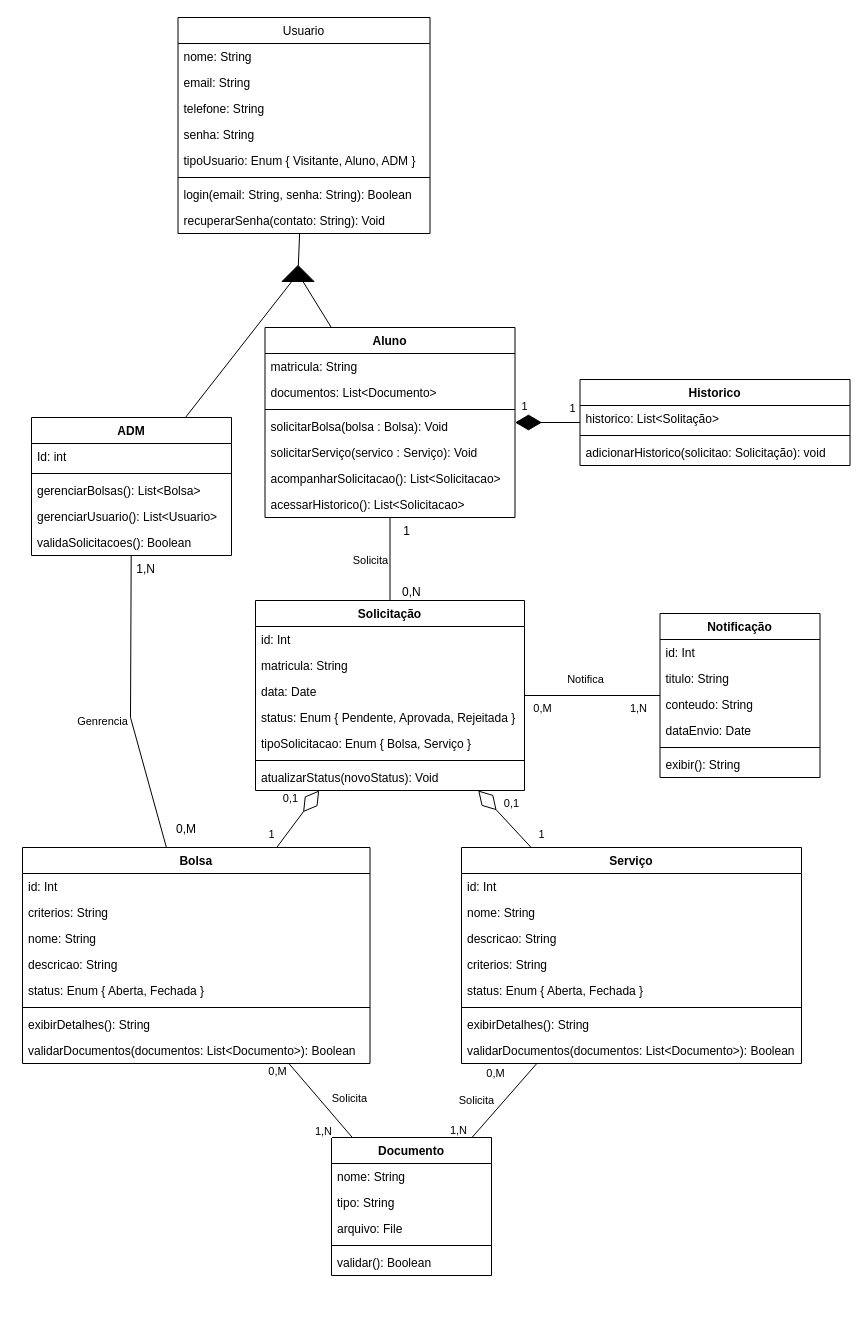
This is Eng de Software 1/Trabalho/diagrama_classe.drawio from MarcosWillianAP1K/Atividade_Faculdade, a draw.io file, before an edit. Source tidied: cells renumbered, new cells numbered last; positions are measured from the earlier drawing's top-left corner, leaving out a move shared by most shapes. Both pictures are drawn from the tidied source at 100%, with x=0, y=0 at pixel (22, 17).
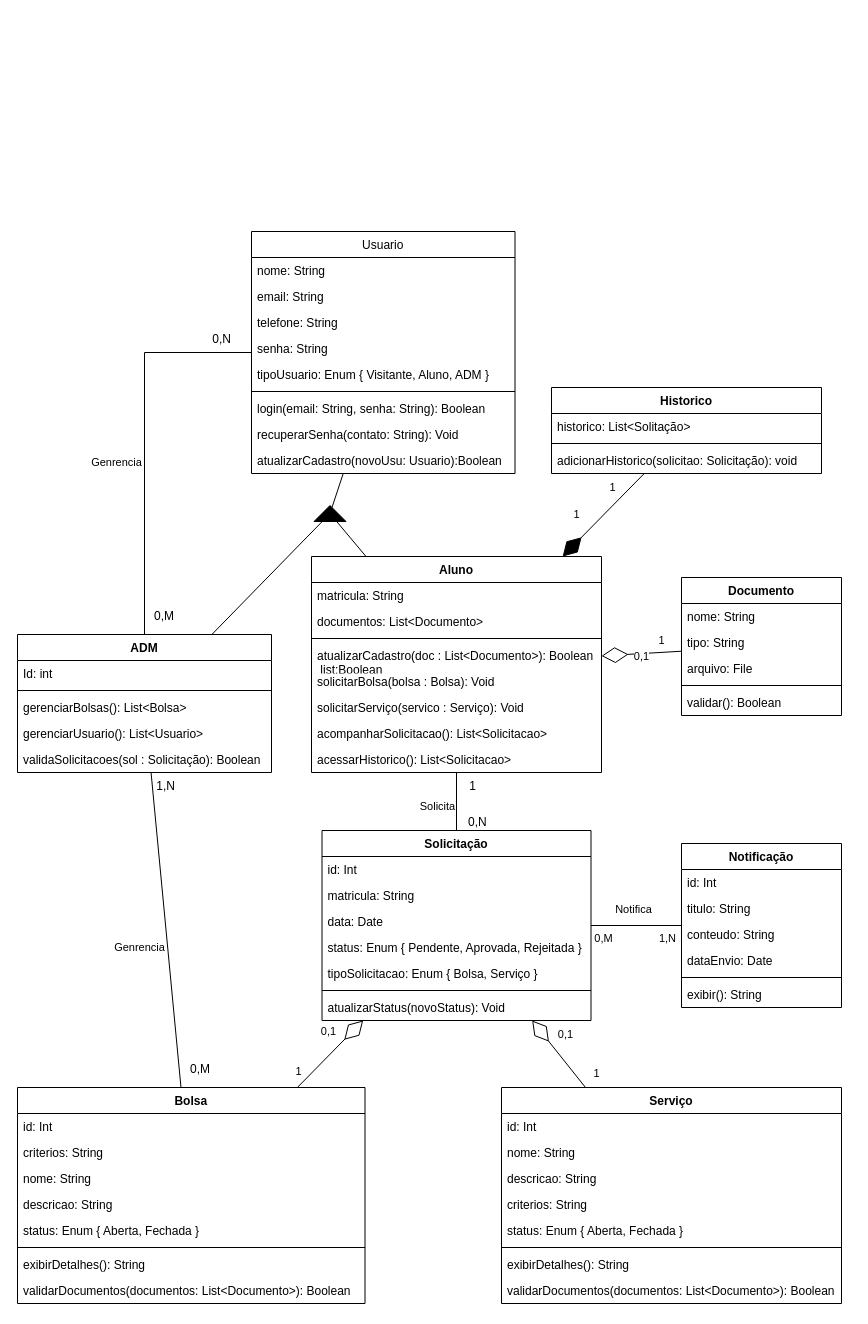
Above is the later version.

Commit message (it also covers changes not shown here):
Eng de software 1 modificando diagramas

The change refers to these unchanged cells:
```xml
<mxCell id="80" style="endArrow=diamondThin;endFill=1;endSize=24;html=1;" parent="1" edge="1" source="76" target="11">
  <mxGeometry relative="1" as="geometry" />
</mxCell>
```

Diff of the diagram source:
```diff
@@
     <mxCell id="2" value="Usuario" style="swimlane;fontStyle=0;horizontal=1;startSize=26;fillColor=none;" parent="1" vertex="1">
-      <mxGeometry x="155.5" width="252" height="216" as="geometry" />
+      <mxGeometry x="229" y="214" width="263.5" height="242" as="geometry" />
     </mxCell>
     <mxCell id="3" value="nome: String" style="text;strokeColor=none;fillColor=none;align=left;verticalAlign=top;spacingLeft=4;spacingRight=4;overflow=hidden;" parent="2" vertex="1">
-      <mxGeometry y="26" width="252" height="26" as="geometry" />
+      <mxGeometry y="26" width="263.5" height="26" as="geometry" />
     </mxCell>
     <mxCell id="4" value="email: String" style="text;strokeColor=none;fillColor=none;align=left;verticalAlign=top;spacingLeft=4;spacingRight=4;overflow=hidden;" parent="2" vertex="1">
-      <mxGeometry y="52" width="252" height="26" as="geometry" />
+      <mxGeometry y="52" width="263.5" height="26" as="geometry" />
     </mxCell>
     <mxCell id="5" value="telefone: String" style="text;strokeColor=none;fillColor=none;align=left;verticalAlign=top;spacingLeft=4;spacingRight=4;overflow=hidden;" parent="2" vertex="1">
-      <mxGeometry y="78" width="252" height="26" as="geometry" />
+      <mxGeometry y="78" width="263.5" height="26" as="geometry" />
     </mxCell>
     <mxCell id="6" value="senha: String" style="text;strokeColor=none;fillColor=none;align=left;verticalAlign=top;spacingLeft=4;spacingRight=4;overflow=hidden;" parent="2" vertex="1">
-      <mxGeometry y="104" width="252" height="26" as="geometry" />
+      <mxGeometry y="104" width="263.5" height="26" as="geometry" />
     </mxCell>
     <mxCell id="7" value="tipoUsuario: Enum { Visitante, Aluno, ADM }" style="text;strokeColor=none;fillColor=none;align=left;verticalAlign=top;spacingLeft=4;spacingRight=4;overflow=hidden;" parent="2" vertex="1">
-      <mxGeometry y="130" width="252" height="26" as="geometry" />
+      <mxGeometry y="130" width="263.5" height="26" as="geometry" />
     </mxCell>
     <mxCell id="8" style="line;strokeWidth=1;fillColor=none;align=left;verticalAlign=middle;spacingTop=-1;spacingLeft=3;spacingRight=3;labelPosition=right;strokeColor=inherit;" parent="2" vertex="1">
-      <mxGeometry y="156" width="252" height="8" as="geometry" />
+      <mxGeometry y="156" width="263.5" height="8" as="geometry" />
     </mxCell>
     <mxCell id="9" value="login(email: String, senha: String): Boolean" style="text;strokeColor=none;fillColor=none;align=left;verticalAlign=top;spacingLeft=4;spacingRight=4;overflow=hidden;" parent="2" vertex="1">
-      <mxGeometry y="164" width="252" height="26" as="geometry" />
+      <mxGeometry y="164" width="263.5" height="26" as="geometry" />
     </mxCell>
     <mxCell id="10" value="recuperarSenha(contato: String): Void" style="text;strokeColor=none;fillColor=none;align=left;verticalAlign=top;spacingLeft=4;spacingRight=4;overflow=hidden;" parent="2" vertex="1">
-      <mxGeometry y="190" width="252" height="26" as="geometry" />
+      <mxGeometry y="190" width="263.5" height="26" as="geometry" />
     </mxCell>
+    <mxCell id="101" value="atualizarCadastro(novoUsu: Usuario):Boolean" style="text;strokeColor=none;fillColor=none;align=left;verticalAlign=top;spacingLeft=4;spacingRight=4;overflow=hidden;" parent="2" vertex="1">
+      <mxGeometry y="216" width="263.5" height="26" as="geometry" />
+    </mxCell>
     <mxCell id="11" value="Aluno" style="swimlane;fontStyle=1;align=center;verticalAlign=top;horizontal=1;startSize=26;" parent="1" vertex="1">
-      <mxGeometry x="242.5" y="310" width="250" height="190" as="geometry" />
+      <mxGeometry x="289" y="539" width="290" height="216" as="geometry" />
     </mxCell>
     <mxCell id="12" value="matricula: String" style="text;strokeColor=none;fillColor=none;align=left;verticalAlign=top;spacingLeft=4;spacingRight=4;overflow=hidden;" parent="11" vertex="1">
-      <mxGeometry y="26" width="250" height="26" as="geometry" />
+      <mxGeometry y="26" width="290" height="26" as="geometry" />
     </mxCell>
     <mxCell id="13" value="documentos: List&lt;Documento&gt;" style="text;strokeColor=none;fillColor=none;align=left;verticalAlign=top;spacingLeft=4;spacingRight=4;overflow=hidden;" parent="11" vertex="1">
-      <mxGeometry y="52" width="250" height="26" as="geometry" />
+      <mxGeometry y="52" width="290" height="26" as="geometry" />
     </mxCell>
     <mxCell id="14" style="line;strokeWidth=1;fillColor=none;align=left;verticalAlign=middle;spacingTop=-1;spacingLeft=3;spacingRight=3;labelPosition=right;strokeColor=inherit;" parent="11" vertex="1">
-      <mxGeometry y="78" width="250" height="8" as="geometry" />
+      <mxGeometry y="78" width="290" height="8" as="geometry" />
     </mxCell>
+    <mxCell id="102" value="atualizarCadastro(doc : List&lt;Documento&gt;): Boolean&#10; list:Boolean" style="text;strokeColor=none;fillColor=none;align=left;verticalAlign=top;spacingLeft=4;spacingRight=4;overflow=hidden;" parent="11" vertex="1">
+      <mxGeometry y="86" width="290" height="26" as="geometry" />
+    </mxCell>
     <mxCell id="15" value="solicitarBolsa(bolsa : Bolsa): Void" style="text;strokeColor=none;fillColor=none;align=left;verticalAlign=top;spacingLeft=4;spacingRight=4;overflow=hidden;" parent="11" vertex="1">
-      <mxGeometry y="86" width="250" height="26" as="geometry" />
+      <mxGeometry y="112" width="290" height="26" as="geometry" />
     </mxCell>
     <mxCell id="16" value="solicitarServiço(servico : Serviço): Void" style="text;strokeColor=none;fillColor=none;align=left;verticalAlign=top;spacingLeft=4;spacingRight=4;overflow=hidden;" parent="11" vertex="1">
-      <mxGeometry y="112" width="250" height="26" as="geometry" />
+      <mxGeometry y="138" width="290" height="26" as="geometry" />
     </mxCell>
     <mxCell id="17" value="acompanharSolicitacao(): List&lt;Solicitacao&gt;" style="text;strokeColor=none;fillColor=none;align=left;verticalAlign=top;spacingLeft=4;spacingRight=4;overflow=hidden;" parent="11" vertex="1">
-      <mxGeometry y="138" width="250" height="26" as="geometry" />
+      <mxGeometry y="164" width="290" height="26" as="geometry" />
     </mxCell>
     <mxCell id="18" value="acessarHistorico(): List&lt;Solicitacao&gt;" style="text;strokeColor=none;fillColor=none;align=left;verticalAlign=top;spacingLeft=4;spacingRight=4;overflow=hidden;" parent="11" vertex="1">
-      <mxGeometry y="164" width="250" height="26" as="geometry" />
+      <mxGeometry y="190" width="290" height="26" as="geometry" />
     </mxCell>
     <mxCell id="19" value="Bolsa" style="swimlane;fontStyle=1;align=center;verticalAlign=top;horizontal=1;startSize=26;" parent="1" vertex="1">
-      <mxGeometry y="830" width="347.5" height="216" as="geometry" />
+      <mxGeometry x="-5" y="1070" width="347.5" height="216" as="geometry" />
     </mxCell>
@@
     <mxCell id="28" value="Serviço" style="swimlane;fontStyle=1;align=center;verticalAlign=top;horizontal=1;startSize=26;" parent="1" vertex="1">
-      <mxGeometry x="439" y="830" width="340" height="216" as="geometry" />
+      <mxGeometry x="479" y="1070" width="340" height="216" as="geometry" />
     </mxCell>
@@
     <mxCell id="37" value="Solicitação" style="swimlane;fontStyle=1;align=center;verticalAlign=top;horizontal=1;startSize=26;" parent="1" vertex="1">
-      <mxGeometry x="233" y="583" width="269" height="190" as="geometry" />
+      <mxGeometry x="299.5" y="813" width="269" height="190" as="geometry" />
     </mxCell>
@@
     <mxCell id="45" value="Notificação" style="swimlane;fontStyle=1;align=center;verticalAlign=top;horizontal=1;startSize=26;" parent="1" vertex="1">
-      <mxGeometry x="637.5" y="596" width="160" height="164" as="geometry" />
+      <mxGeometry x="659" y="826" width="160" height="164" as="geometry" />
     </mxCell>
@@
     <mxCell id="52" value="Documento" style="swimlane;fontStyle=1;align=center;verticalAlign=top;horizontal=1;startSize=26;" parent="1" vertex="1">
-      <mxGeometry x="309" y="1120" width="160" height="138" as="geometry" />
+      <mxGeometry x="659" y="560" width="160" height="138" as="geometry" />
     </mxCell>
@@
     <mxCell id="60" style="triangle;fillColor=strokeColor;rotation=-90;" parent="1" vertex="1">
-      <mxGeometry x="267.5" y="240" width="16" height="32" as="geometry" />
+      <mxGeometry x="299.5" y="480" width="16" height="32" as="geometry" />
     </mxCell>
     <mxCell id="61" value="ADM" style="swimlane;fontStyle=1;align=center;verticalAlign=top;horizontal=1;startSize=26;" parent="1" vertex="1">
-      <mxGeometry x="9" y="400" width="200" height="138" as="geometry" />
+      <mxGeometry x="-5" y="617" width="254" height="138" as="geometry" />
     </mxCell>
     <mxCell id="62" value="Id: int" style="text;strokeColor=none;fillColor=none;align=left;verticalAlign=top;spacingLeft=4;spacingRight=4;overflow=hidden;" parent="61" vertex="1">
-      <mxGeometry y="26" width="200" height="26" as="geometry" />
+      <mxGeometry y="26" width="254" height="26" as="geometry" />
     </mxCell>
     <mxCell id="63" style="line;strokeWidth=1;fillColor=none;align=left;verticalAlign=middle;spacingTop=-1;spacingLeft=3;spacingRight=3;labelPosition=right;strokeColor=inherit;" parent="61" vertex="1">
-      <mxGeometry y="52" width="200" height="8" as="geometry" />
+      <mxGeometry y="52" width="254" height="8" as="geometry" />
     </mxCell>
     <mxCell id="64" value="gerenciarBolsas(): List&lt;Bolsa&gt;" style="text;strokeColor=none;fillColor=none;align=left;verticalAlign=top;spacingLeft=4;spacingRight=4;overflow=hidden;" parent="61" vertex="1">
-      <mxGeometry y="60" width="200" height="26" as="geometry" />
+      <mxGeometry y="60" width="254" height="26" as="geometry" />
     </mxCell>
     <mxCell id="65" value="gerenciarUsuario(): List&lt;Usuario&gt;" style="text;strokeColor=none;fillColor=none;align=left;verticalAlign=top;spacingLeft=4;spacingRight=4;overflow=hidden;" parent="61" vertex="1">
-      <mxGeometry y="86" width="200" height="26" as="geometry" />
+      <mxGeometry y="86" width="254" height="26" as="geometry" />
     </mxCell>
-    <mxCell id="66" value="validaSolicitacoes(): Boolean" style="text;strokeColor=none;fillColor=none;align=left;verticalAlign=top;spacingLeft=4;spacingRight=4;overflow=hidden;" parent="61" vertex="1">
-      <mxGeometry y="112" width="200" height="26" as="geometry" />
+    <mxCell id="66" value="validaSolicitacoes(sol : Solicitação): Boolean" style="text;strokeColor=none;fillColor=none;align=left;verticalAlign=top;spacingLeft=4;spacingRight=4;overflow=hidden;" parent="61" vertex="1">
+      <mxGeometry y="112" width="254" height="26" as="geometry" />
     </mxCell>
@@
-    <mxCell id="72" style="endArrow=none;html=1;" parent="1" edge="1" source="19" target="52">
-      <mxGeometry relative="1" as="geometry" />
-    </mxCell>
-    <mxCell id="73" value="1,N" style="edgeLabel;html=1;align=center;verticalAlign=middle;" parent="72" vertex="1">
-      <mxGeometry x="0.76" y="-1" relative="1" as="geometry">
-        <mxPoint x="-21" y="2" as="offset" />
-      </mxGeometry>
-    </mxCell>
-    <mxCell id="74" value="0,M" style="edgeLabel;html=1;align=center;verticalAlign=middle;" parent="72" vertex="1">
-      <mxGeometry x="-0.54" y="1" relative="1" as="geometry">
-        <mxPoint x="-27" y="-9" as="offset" />
-      </mxGeometry>
-    </mxCell>
-    <mxCell id="75" value="Solicita" style="edgeLabel;html=1;align=center;verticalAlign=middle;" parent="72" vertex="1">
-      <mxGeometry x="0.19" y="1" relative="1" as="geometry">
-        <mxPoint x="22" y="-9" as="offset" />
-      </mxGeometry>
-    </mxCell>
     <mxCell id="76" value="Historico" style="swimlane;fontStyle=1;align=center;verticalAlign=top;horizontal=1;startSize=26;" parent="1" vertex="1">
-      <mxGeometry x="557.5" y="362" width="270" height="86" as="geometry" />
+      <mxGeometry x="529" y="370" width="270" height="86" as="geometry" />
     </mxCell>
@@
     <mxCell id="82" value="1" style="edgeLabel;html=1;align=center;verticalAlign=middle;" parent="80" vertex="1">
       <mxGeometry x="-0.74" relative="1" as="geometry">
-        <mxPoint y="-15" as="offset" />
+        <mxPoint x="-22" y="3" as="offset" />
       </mxGeometry>
     </mxCell>
@@
     <mxCell id="87" style="endArrow=none;html=1;rounded=0;" parent="1" edge="1" source="19" target="61">
-      <mxGeometry relative="1" as="geometry">
-        <Array as="points">
-          <mxPoint x="108" y="700" />
-        </Array>
-      </mxGeometry>
+      <mxGeometry relative="1" as="geometry" />
     </mxCell>
@@
-    <mxCell id="97" style="endArrow=none;html=1;" parent="1" edge="1" source="28" target="52">
-      <mxGeometry relative="1" as="geometry" />
-    </mxCell>
-    <mxCell id="98" value="1,N" style="edgeLabel;html=1;align=center;verticalAlign=middle;" parent="97" vertex="1">
-      <mxGeometry x="0.76" y="-1" relative="1" as="geometry">
-        <mxPoint x="-21" y="2" as="offset" />
-      </mxGeometry>
-    </mxCell>
-    <mxCell id="99" value="0,M" style="edgeLabel;html=1;align=center;verticalAlign=middle;" parent="97" vertex="1">
-      <mxGeometry x="-0.54" y="1" relative="1" as="geometry">
-        <mxPoint x="-27" y="-8" as="offset" />
-      </mxGeometry>
-    </mxCell>
-    <mxCell id="100" value="Solicita" style="edgeLabel;html=1;align=center;verticalAlign=middle;" parent="97" vertex="1">
-      <mxGeometry x="0.19" y="1" relative="1" as="geometry">
-        <mxPoint x="-23" y="-9" as="offset" />
-      </mxGeometry>
-    </mxCell>
+    <mxCell id="103" style="endArrow=diamondThin;endFill=0;endSize=24;html=1;" parent="1" edge="1" source="52" target="11">
+      <mxGeometry relative="1" as="geometry" />
+    </mxCell>
+    <mxCell id="104" value="0,1" style="edgeLabel;html=1;align=center;verticalAlign=middle;" parent="103" vertex="1">
+      <mxGeometry x="0.6" y="1" relative="1" as="geometry">
+        <mxPoint x="23" as="offset" />
+      </mxGeometry>
+    </mxCell>
+    <mxCell id="105" value="1" style="edgeLabel;html=1;align=center;verticalAlign=middle;" parent="103" vertex="1">
+      <mxGeometry x="-0.57" y="-1" relative="1" as="geometry">
+        <mxPoint x="-3" y="-11" as="offset" />
+      </mxGeometry>
+    </mxCell>
+    <mxCell id="106" style="endArrow=none;html=1;rounded=0;" parent="1" edge="1" source="61" target="2">
+      <mxGeometry relative="1" as="geometry">
+        <Array as="points">
+          <mxPoint x="122" y="335" />
+        </Array>
+      </mxGeometry>
+    </mxCell>
+    <mxCell id="107" value="0,M" style="html=1;align=left;verticalAlign=bottom;" parent="106" vertex="1">
+      <mxGeometry x="-1" relative="1" as="geometry">
+        <mxPoint x="8" y="-10" as="offset" />
+      </mxGeometry>
+    </mxCell>
+    <mxCell id="108" value="0,N" style="html=1;align=right;verticalAlign=bottom;" parent="106" vertex="1">
+      <mxGeometry x="1" relative="1" as="geometry">
+        <mxPoint x="-20" y="-5" as="offset" />
+      </mxGeometry>
+    </mxCell>
+    <mxCell id="109" value="Genrencia" style="edgeLabel;html=1;align=center;verticalAlign=middle;" parent="106" vertex="1">
+      <mxGeometry x="-0.11" y="2" relative="1" as="geometry">
+        <mxPoint x="-27" as="offset" />
+      </mxGeometry>
+    </mxCell>
```
